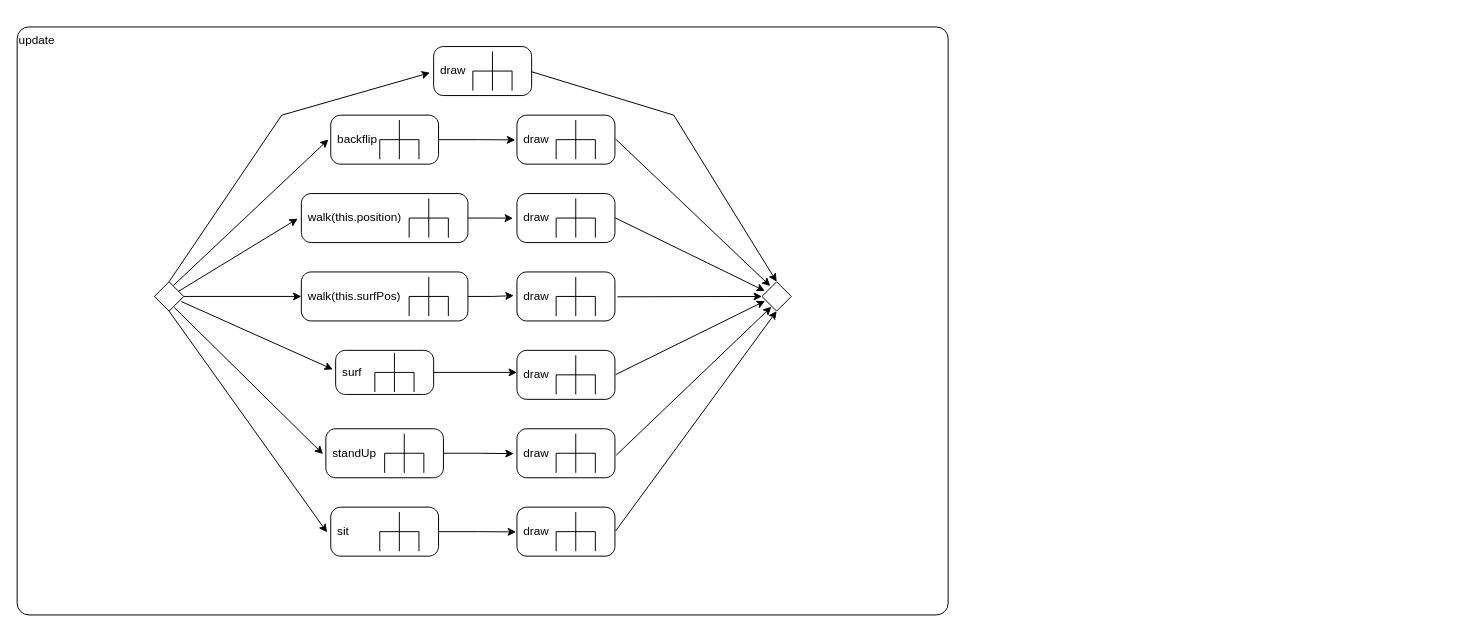
This is A11/ClickyBeach.drawio from richamukasa/EIA2-SoSe2022, a draw.io file, before an edit. Source tidied: cells renumbered, new cells numbered last; positions are measured from the earlier drawing's top-left corner, leaving out a move shared by most shapes. Both pictures are drawn from the tidied source at 98%, with x=0, y=0 at pixel (17, 26).
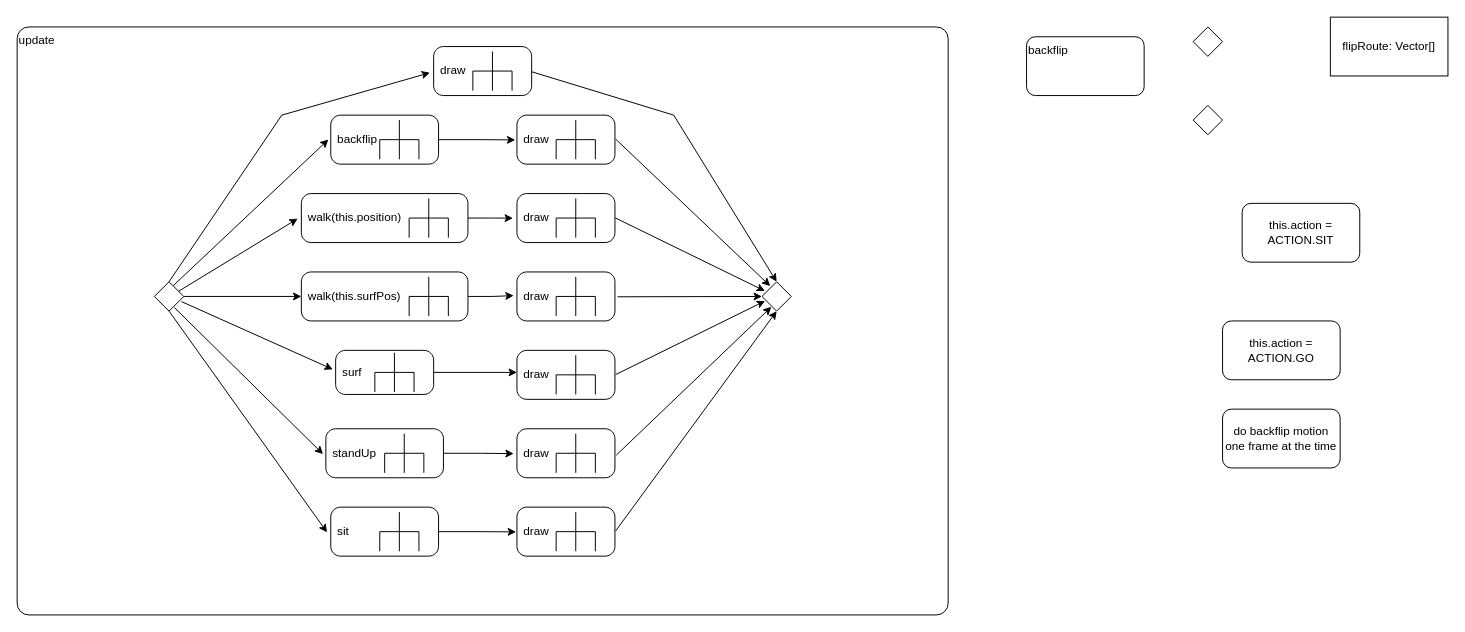
The same diagram, later.

Change to the diagram source:
```diff
@@
+    <mxCell id="38" value="backflip" style="rounded=1;whiteSpace=wrap;html=1;verticalAlign=top;align=left;" parent="1" vertex="1">
+      <mxGeometry x="1030" y="10" width="120" height="60" as="geometry" />
+    </mxCell>
+    <mxCell id="39" style="rhombus;whiteSpace=wrap;html=1;" parent="1" vertex="1">
+      <mxGeometry x="1200" width="30" height="30" as="geometry" />
+    </mxCell>
+    <mxCell id="40" style="rhombus;whiteSpace=wrap;html=1;" parent="1" vertex="1">
+      <mxGeometry x="1200" y="80" width="30" height="30" as="geometry" />
+    </mxCell>
+    <mxCell id="41" value="this.action = ACTION.SIT" style="rounded=1;whiteSpace=wrap;html=1;" parent="1" vertex="1">
+      <mxGeometry x="1250" y="180" width="120" height="60" as="geometry" />
+    </mxCell>
+    <mxCell id="42" value="this.action = ACTION.GO" style="rounded=1;whiteSpace=wrap;html=1;" parent="1" vertex="1">
+      <mxGeometry x="1230" y="300" width="120" height="60" as="geometry" />
+    </mxCell>
+    <mxCell id="43" value="do backflip motion one frame at the time" style="rounded=1;whiteSpace=wrap;html=1;" parent="1" vertex="1">
+      <mxGeometry x="1230" y="390" width="120" height="60" as="geometry" />
+    </mxCell>
+    <mxCell id="44" value="flipRoute: Vector[]" style="rounded=0;whiteSpace=wrap;html=1;" parent="1" vertex="1">
+      <mxGeometry x="1340" y="-10" width="120" height="60" as="geometry" />
+    </mxCell>
```
